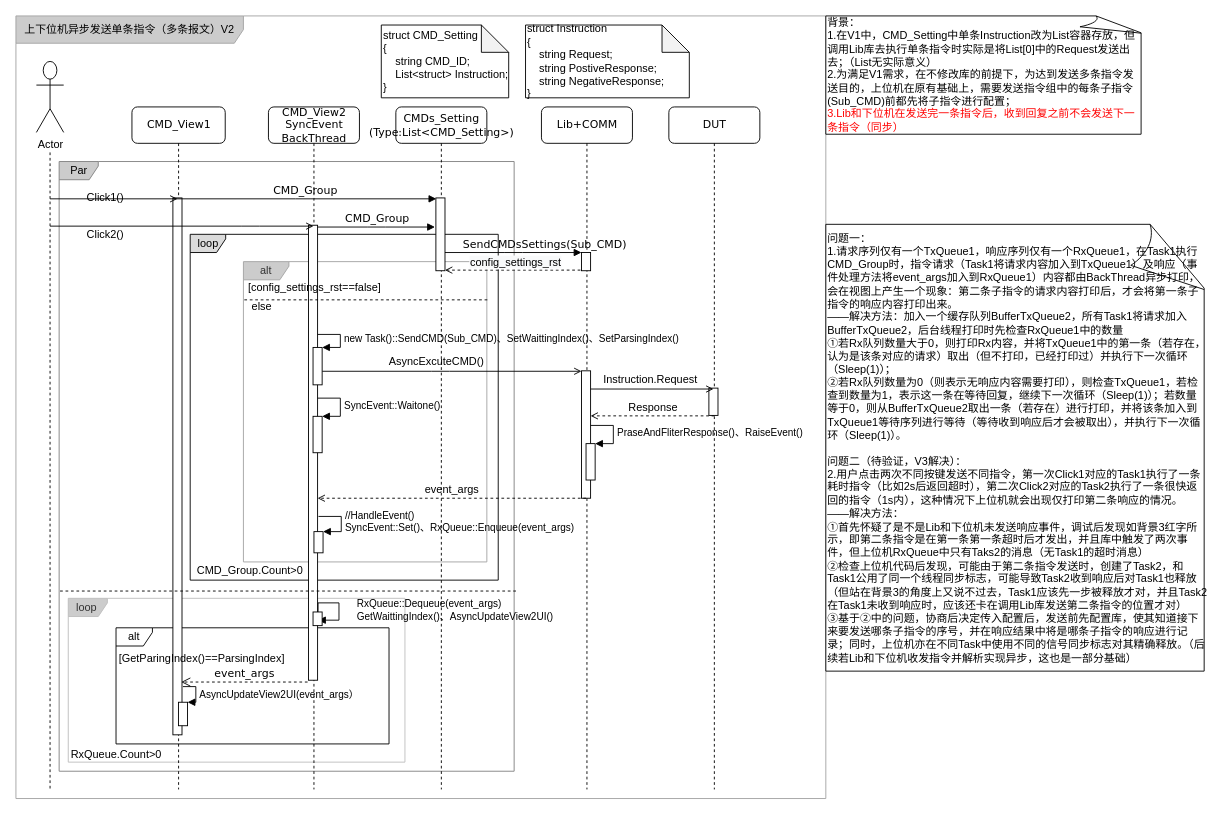
Above: page "V2" (2 of 3) of Untitled Diagram.drawio in houxiaoxuan/CSharpBasicCodePractice (draw.io), before the change. Source tidied: cells renumbered, new cells numbered last; positions are measured from the earlier drawing's top-left corner, leaving out a move shared by most shapes. Both pictures are drawn from the tidied source at 91%, with x=0, y=0 at pixel (15, 15).
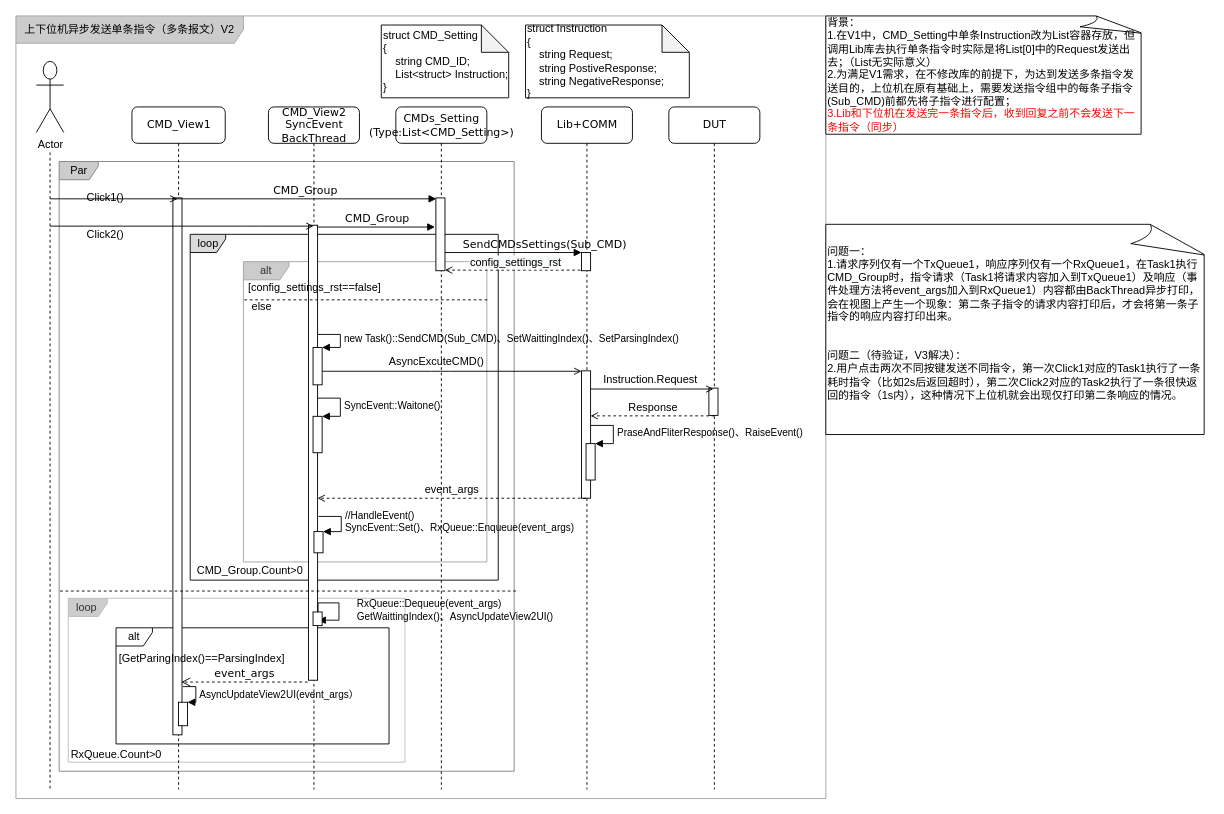
After the change.

Change to the diagram source:
```diff
@@
-    <mxCell id="65" value="&lt;div&gt;&lt;span&gt;问题一：&lt;/span&gt;&lt;br&gt;&lt;/div&gt;1.请求序列仅有一个TxQueue1，响应序列仅有一个RxQueue1，在&lt;span&gt;Task1执行CMD_Group时，指令请求（Task1将请求内容加入到TxQueue1）及响应（事件处理方法将event_args加入到RxQueue1）内容都由BackThread异步打印，会在视图上产生一个现象：第二条子指令的请求内容打印后，才会将第一条子指令的响应内容打印出来。&lt;/span&gt;&lt;br&gt;&lt;div&gt;——解决方法：加入一个缓存队列BufferTxQueue2，所有Task1将请求加入BufferTxQueue2，后台线程打印时先检查RxQueue1中的数量&lt;/div&gt;&lt;div&gt;&lt;div&gt;①若Rx队列数量大于0，则打印Rx内容，并将TxQueue1中的第一条（若存在，认为是该条对应的请求）取出（但不打印，已经打印过）并执行下一次循环&lt;span&gt;（Sleep(1)）&lt;/span&gt;&lt;span&gt;；&lt;/span&gt;&lt;/div&gt;&lt;div&gt;②若Rx队列数量为0（则表示无响应内容需要打印），则检查TxQueue1，若检查到数量为1，表示这一条在等待回复，继续下一次循环（Sleep(1)）；若数量等于0，则从&lt;span&gt;BufferTxQueue2取出一条（若存在）进行打印，并将该条加入到TxQueue1等待序列进行等待（等待收到响应后才会被取出），并执行下一次循环&lt;/span&gt;&lt;span&gt;（Sleep(1)）。&lt;/span&gt;&lt;/div&gt;&lt;div&gt;&lt;br&gt;&lt;/div&gt;&lt;/div&gt;&lt;div&gt;问题二（待验证，V3解决）：&lt;/div&gt;&lt;div&gt;2.用户点击两次不同按键发送不同指令，第一次Click1对应的Task1执行了一条耗时指令（比如2s后返回超时），第二次Click2对应的Task2执行了一条很快返回的指令（1s内），这种情况下上位机就会出现仅打印第二条响应的情况。&lt;/div&gt;&lt;div&gt;——解决方法：&lt;/div&gt;&lt;div&gt;①首先怀疑了是不是Lib和下位机未发送响应事件，调试后发现如背景3红字所示，即第二条指令是在第一条第一条超时后才发出，并且库中触发了两次事件，但上位机RxQueue中只有Taks2的消息（无Task1的超时消息）&lt;/div&gt;&lt;div&gt;②检查上位机代码后发现，可能由于第二条指令发送时，创建了Task2，和Task1公用了同一个线程同步标志，可能导致Task2收到响应后对Task1也释放（但站在背景3的角度上又说不过去，Task1应该先一步被释放才对，并且Task2在Task1未收到响应时，应该还卡在调用Lib库发送第二条指令的位置才对）&lt;/div&gt;&lt;div&gt;③基于②中的问题，协商后决定传入配置后，发送前先配置库，使其知道接下来要发送哪条子指令的序号，并在响应结果中将是哪条子指令的响应进行记录；同时，上位机亦在不同Task中使用不同的信号同步标志对其精确释放。（后续若Lib和下位机收发指令并解析实现异步，这也是一部分基础）&lt;/div&gt;" style="whiteSpace=wrap;html=1;shape=mxgraph.basic.document;align=left;" parent="1" vertex="1">
-      <mxGeometry x="890" y="229" width="420" height="491" as="geometry" />
+    <mxCell id="65" value="&lt;div&gt;&lt;span&gt;问题一：&lt;/span&gt;&lt;br&gt;&lt;/div&gt;1.请求序列仅有一个TxQueue1，响应序列仅有一个RxQueue1，在&lt;span&gt;Task1执行CMD_Group时，指令请求（Task1将请求内容加入到TxQueue1）及响应（事件处理方法将event_args加入到RxQueue1）内容都由BackThread异步打印，会在视图上产生一个现象：第二条子指令的请求内容打印后，才会将第一条子指令的响应内容打印出来。&lt;/span&gt;&lt;br&gt;&lt;div&gt;&lt;br&gt;&lt;/div&gt;&lt;div&gt;&lt;div&gt;&lt;br&gt;&lt;/div&gt;&lt;/div&gt;&lt;div&gt;问题二（待验证，V3解决）：&lt;/div&gt;&lt;div&gt;2.用户点击两次不同按键发送不同指令，第一次Click1对应的Task1执行了一条耗时指令（比如2s后返回超时），第二次Click2对应的Task2执行了一条很快返回的指令（1s内），这种情况下上位机就会出现仅打印第二条响应的情况。&lt;/div&gt;&lt;div&gt;&lt;br&gt;&lt;/div&gt;" style="whiteSpace=wrap;html=1;shape=mxgraph.basic.document;align=left;" parent="1" vertex="1">
+      <mxGeometry x="890" y="229" width="420" height="231" as="geometry" />
     </mxCell>
```
